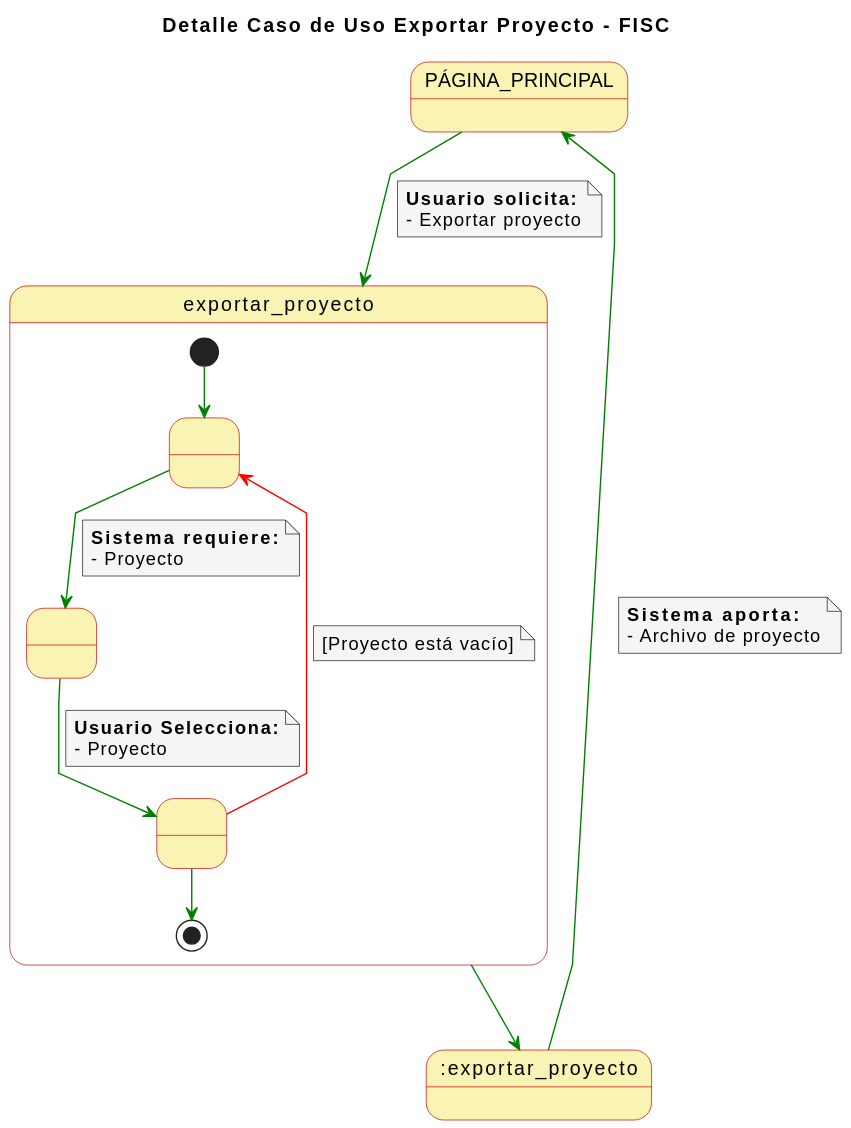
Above: imagenes/casosDeUso/detallesCasosUso/detalleCasoUsoExportarProyecto.svg in mmasias/23-24-IdSw1-SDR (PlantUML), before the change. The source it was exported from:
```plantuml
@startuml
skinparam state {
  BackgroundColor #faf4b4
  BorderColor #c90000
}

skinparam note {
  BackgroundColor #f5f5f5
}

skinparam linetype polyline

title Detalle Caso de Uso Exportar Proyecto - FISC


PÁGINA_PRINCIPAL -[#green]-> exportar_proyecto
note on link
  **Usuario solicita:**
  - Exportar proyecto
end note

state exportar_proyecto {
  state 1 as " "
  state 2 as " "
  state 3 as " "

  [*] -[#green]-> 1
  1 -[#green]-> 2
  note on link
      **Sistema requiere:**
      - Proyecto
  end note
  2 -[#green]-> 3
  note on link
    **Usuario Selecciona:**
    - Proyecto
  end note
  3 -[#red]-> 1
  note on link
    [Proyecto está vacío]
  end note
  3 -[#green]-> [*]
}

exportar_proyecto -[#green]-> :exportar_proyecto

:exportar_proyecto -[#green]-> PÁGINA_PRINCIPAL
note on link
  **Sistema aporta:**
  - Archivo de proyecto
end note
@enduml
```
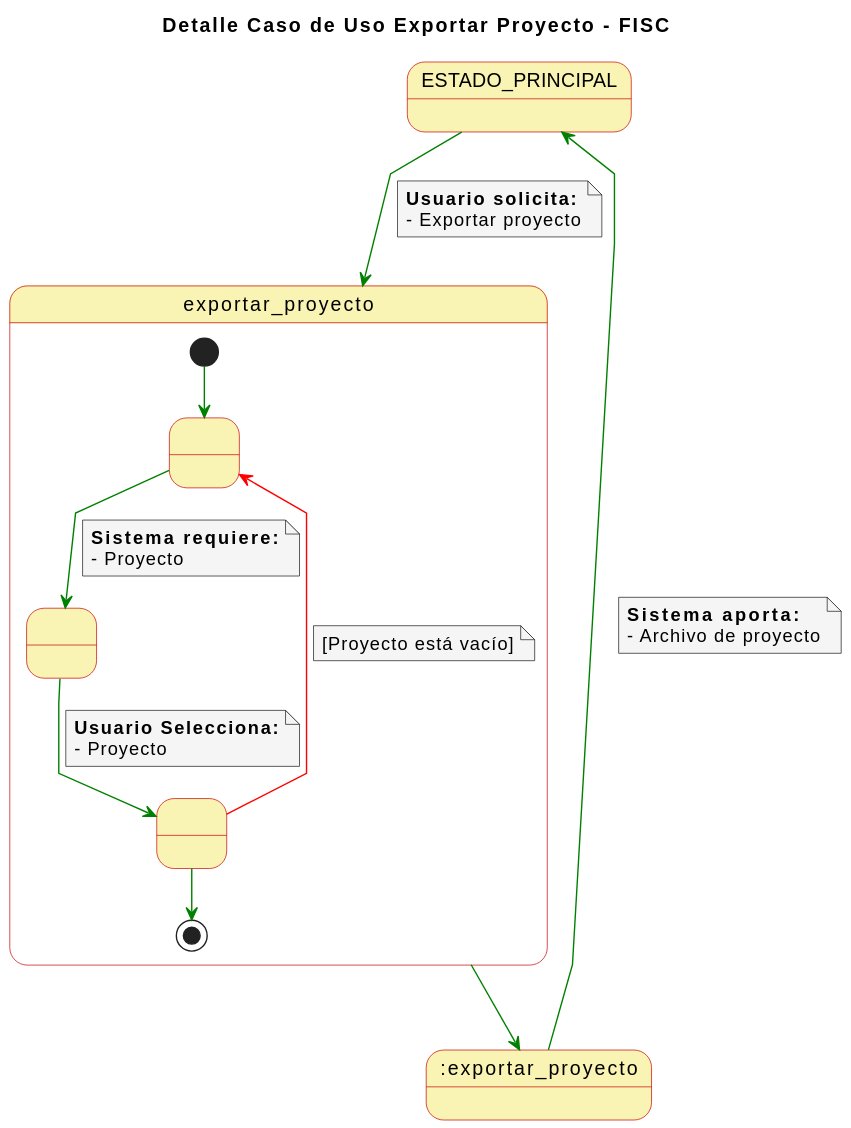
The same diagram one commit later.

Change to the diagram source:
```diff
@@ -13,7 +13,7 @@
 title Detalle Caso de Uso Exportar Proyecto - FISC
 
 
-PÁGINA_PRINCIPAL -[#green]-> exportar_proyecto
+ESTADO_PRINCIPAL -[#green]-> exportar_proyecto
 note on link
   **Usuario solicita:**
   - Exportar proyecto
@@ -44,7 +44,7 @@
 
 exportar_proyecto -[#green]-> :exportar_proyecto
 
-:exportar_proyecto -[#green]-> PÁGINA_PRINCIPAL
+:exportar_proyecto -[#green]-> ESTADO_PRINCIPAL
 note on link
   **Sistema aporta:**
   - Archivo de proyecto
```
